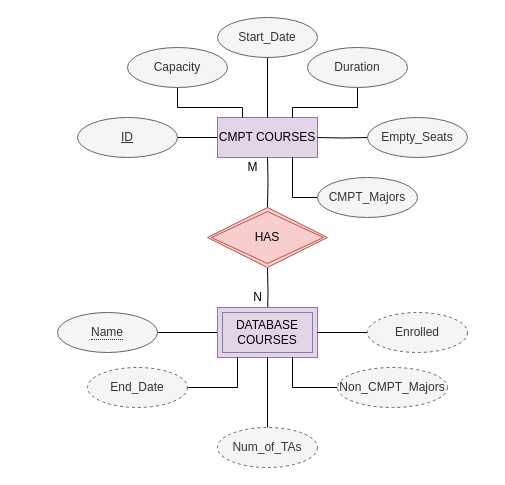
The draw.io diagram err/Untitled Diagram.drawio in Alex0Blackwell/ERR, before the edit. Source tidied: cells renumbered, new cells numbered last; positions are measured from the earlier drawing's top-left corner, leaving out a move shared by most shapes. Both pictures are drawn from the tidied source at 100%, with x=0, y=0 at pixel (57, 17).
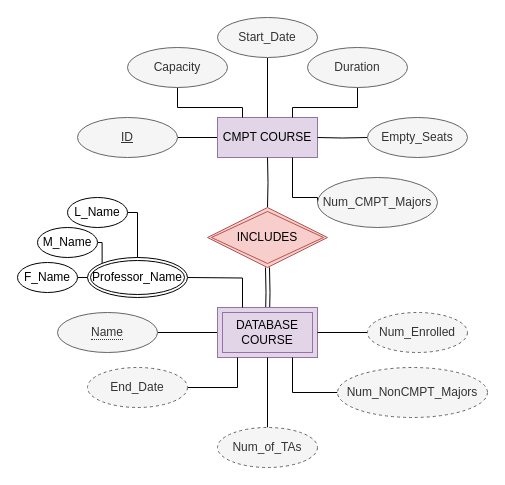
The same diagram, later.

Commit message:
Update Ripple assignment 1 drawing

Change to the diagram source:
```diff
@@
-    <mxCell id="4" style="edgeStyle=orthogonalEdgeStyle;rounded=0;jettySize=auto;html=1;entryX=0.5;entryY=1;entryDx=0;entryDy=0;endArrow=none;endFill=0;" parent="1" edge="1" target="8">
+    <mxCell id="4" style="edgeStyle=orthogonalEdgeStyle;rounded=0;jettySize=auto;html=1;entryX=0.5;entryY=1;entryDx=0;entryDy=0;endArrow=none;endFill=0;shape=link;" parent="1" edge="1" target="8">
       <mxGeometry relative="1" as="geometry">
         <mxPoint x="210" y="300" as="sourcePoint" />
       </mxGeometry>
     </mxCell>
-    <mxCell id="5" value="CMPT COURSES" style="whiteSpace=wrap;html=1;align=center;fillColor=#e1d5e7;strokeColor=#9673a6;" parent="1" vertex="1">
+    <mxCell id="5" value="CMPT COURSE" style="whiteSpace=wrap;html=1;align=center;fillColor=#e1d5e7;strokeColor=#9673a6;" parent="1" vertex="1">
       <mxGeometry x="160" y="100" width="100" height="40" as="geometry" />
     </mxCell>
@@
-    <mxCell id="7" value="&lt;div&gt;N&lt;/div&gt;" style="text;html=1;align=center;verticalAlign=middle;" parent="1" vertex="1">
-      <mxGeometry x="190" y="270" width="20" height="20" as="geometry" />
-    </mxCell>
-    <mxCell id="8" value="HAS" style="shape=rhombus;double=1;perimeter=rhombusPerimeter;whiteSpace=wrap;html=1;align=center;fillColor=#f8cecc;strokeColor=#b85450;" parent="1" vertex="1">
+    <mxCell id="8" value="INCLUDES" style="shape=rhombus;double=1;perimeter=rhombusPerimeter;whiteSpace=wrap;html=1;align=center;fillColor=#f8cecc;strokeColor=#b85450;" parent="1" vertex="1">
       <mxGeometry x="150" y="190" width="120" height="60" as="geometry" />
     </mxCell>
@@
-    <mxCell id="15" value="DATABASE COURSES" style="shape=ext;margin=3;double=1;whiteSpace=wrap;html=1;align=center;fillColor=#e1d5e7;strokeColor=#9673a6;" parent="1" vertex="1">
+    <mxCell id="15" value="DATABASE COURSE" style="shape=ext;margin=3;double=1;whiteSpace=wrap;html=1;align=center;fillColor=#e1d5e7;strokeColor=#9673a6;" parent="1" vertex="1">
       <mxGeometry x="160" y="290" width="100" height="50" as="geometry" />
     </mxCell>
-    <mxCell id="16" value="M" style="text;html=1;align=center;verticalAlign=middle;" parent="1" vertex="1">
-      <mxGeometry x="180" y="140" width="30" height="20" as="geometry" />
-    </mxCell>
@@
-    <mxCell id="24" value="Enrolled" style="ellipse;whiteSpace=wrap;html=1;align=center;dashed=1;fillColor=#f5f5f5;strokeColor=#666666;fontColor=#333333;" parent="1" vertex="1">
+    <mxCell id="24" value="Num_Enrolled" style="ellipse;whiteSpace=wrap;html=1;align=center;dashed=1;fillColor=#f5f5f5;strokeColor=#666666;fontColor=#333333;" parent="1" vertex="1">
       <mxGeometry x="310" y="295" width="100" height="40" as="geometry" />
     </mxCell>
@@
-    <mxCell id="26" value="Non_CMPT_Majors" style="ellipse;whiteSpace=wrap;html=1;align=center;dashed=1;fillColor=#f5f5f5;strokeColor=#666666;fontColor=#333333;" parent="1" vertex="1">
-      <mxGeometry x="280" y="350" width="110" height="40" as="geometry" />
+    <mxCell id="26" value="&lt;div&gt;Num_NonCMPT_Majors&lt;/div&gt;" style="ellipse;whiteSpace=wrap;html=1;align=center;dashed=1;fillColor=#f5f5f5;strokeColor=#666666;fontColor=#333333;" parent="1" vertex="1">
+      <mxGeometry x="280" y="350" width="150" height="50" as="geometry" />
     </mxCell>
@@
-    <mxCell id="28" value="CMPT_Majors" style="ellipse;whiteSpace=wrap;html=1;align=center;fillColor=#f5f5f5;strokeColor=#666666;fontColor=#333333;" parent="1" vertex="1">
-      <mxGeometry x="260" y="160" width="100" height="40" as="geometry" />
+    <mxCell id="28" value="Num_CMPT_Majors" style="ellipse;whiteSpace=wrap;html=1;align=center;fillColor=#f5f5f5;strokeColor=#666666;fontColor=#333333;" parent="1" vertex="1">
+      <mxGeometry x="260" y="160" width="120" height="50" as="geometry" />
     </mxCell>
@@
+    <mxCell id="31" style="edgeStyle=orthogonalEdgeStyle;rounded=0;jettySize=auto;html=1;entryX=0.25;entryY=0;entryDx=0;entryDy=0;endArrow=none;endFill=0;" parent="1" edge="1" target="15">
+      <mxGeometry relative="1" as="geometry">
+        <mxPoint x="130" y="260" as="sourcePoint" />
+      </mxGeometry>
+    </mxCell>
+    <mxCell id="32" value="&lt;div&gt;Professor_Name&lt;/div&gt;" style="ellipse;shape=doubleEllipse;margin=3;whiteSpace=wrap;html=1;align=center;" parent="1" vertex="1">
+      <mxGeometry x="30" y="240" width="100" height="40" as="geometry" />
+    </mxCell>
+    <mxCell id="33" style="edgeStyle=orthogonalEdgeStyle;rounded=0;jettySize=auto;html=1;exitX=1;exitY=0.5;exitDx=0;exitDy=0;entryX=0;entryY=0.5;entryDx=0;entryDy=0;endArrow=none;endFill=0;" parent="1" edge="1" source="34" target="32">
+      <mxGeometry relative="1" as="geometry" />
+    </mxCell>
+    <mxCell id="34" value="F_Name" style="ellipse;whiteSpace=wrap;html=1;align=center;" parent="1" vertex="1">
+      <mxGeometry x="-40" y="245" width="60" height="30" as="geometry" />
+    </mxCell>
+    <mxCell id="35" style="edgeStyle=orthogonalEdgeStyle;rounded=0;jettySize=auto;html=1;exitX=1;exitY=0.5;exitDx=0;exitDy=0;entryX=0;entryY=0;entryDx=0;entryDy=0;endArrow=none;endFill=0;" parent="1" edge="1" source="36" target="32">
+      <mxGeometry relative="1" as="geometry" />
+    </mxCell>
+    <mxCell id="36" value="M_Name" style="ellipse;whiteSpace=wrap;html=1;align=center;" parent="1" vertex="1">
+      <mxGeometry x="-20" y="210" width="60" height="30" as="geometry" />
+    </mxCell>
+    <mxCell id="37" style="edgeStyle=orthogonalEdgeStyle;rounded=0;jettySize=auto;html=1;exitX=1;exitY=0.5;exitDx=0;exitDy=0;entryX=0.5;entryY=0;entryDx=0;entryDy=0;endArrow=none;endFill=0;" parent="1" edge="1" source="38" target="32">
+      <mxGeometry relative="1" as="geometry">
+        <Array as="points">
+          <mxPoint x="80" y="195" />
+        </Array>
+      </mxGeometry>
+    </mxCell>
+    <mxCell id="38" value="L_Name" style="ellipse;whiteSpace=wrap;html=1;align=center;" parent="1" vertex="1">
+      <mxGeometry x="10" y="180" width="60" height="30" as="geometry" />
+    </mxCell>
```
